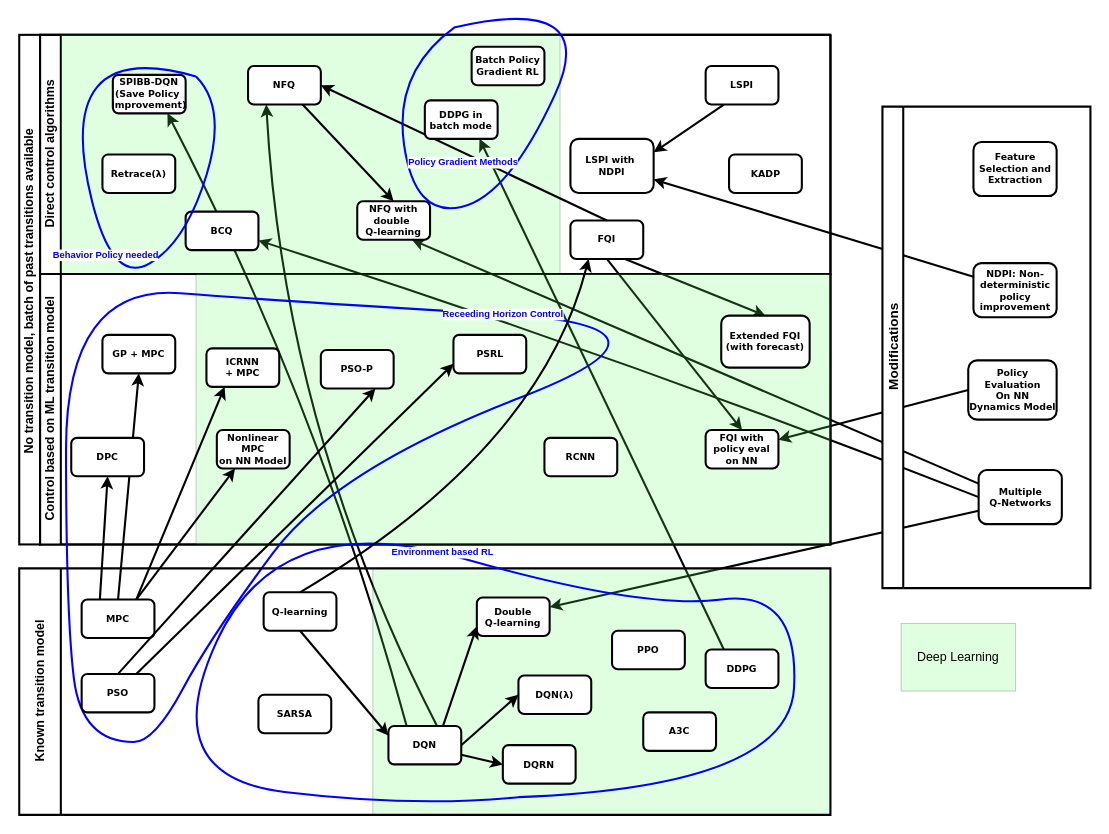
Above: batchRLOverv.drawio in chbauman/MasterThesis (draw.io), before the change. Source tidied: cells renumbered, new cells numbered last; positions are measured from the earlier drawing's top-left corner, leaving out a move shared by most shapes. Both pictures are drawn from the tidied source at 104%, with x=0, y=0 at pixel (19, -7).
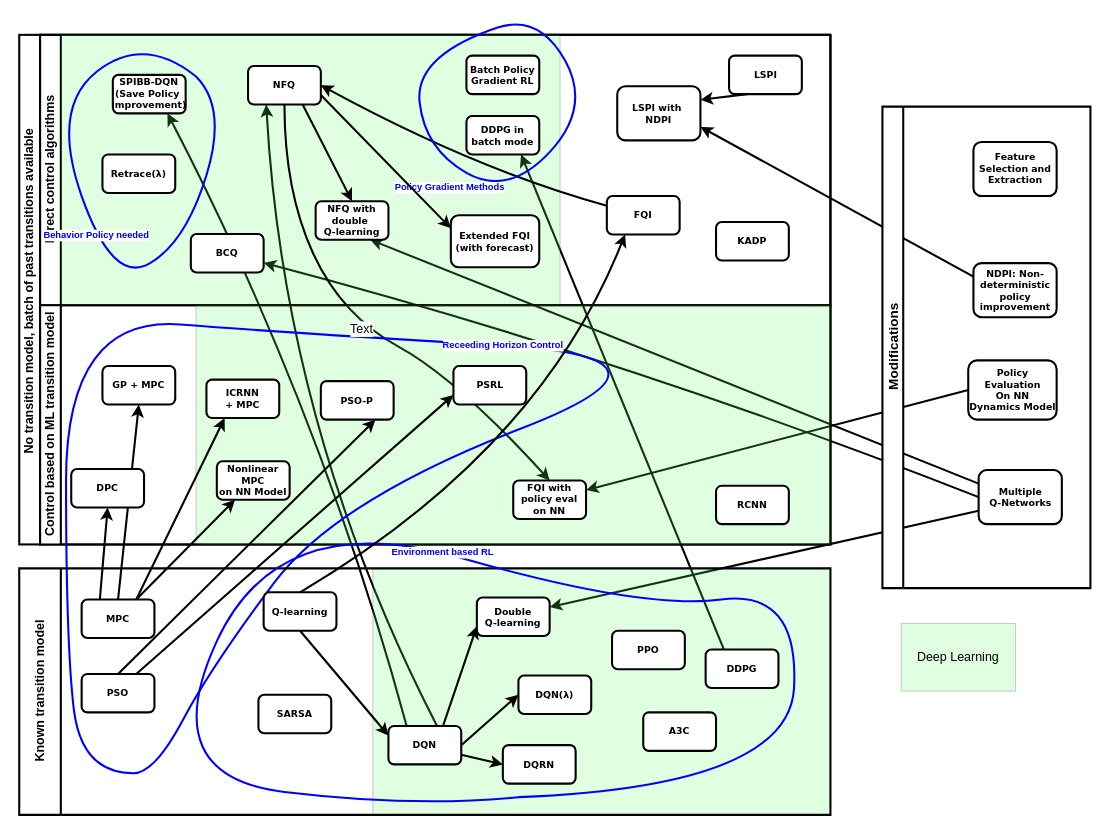
The same diagram, later.

Commit message (it also covers changes not shown here):
Fixed Extended FQI

The change refers to these unchanged cells:
```xml
<mxCell id="11" style="swimlane;html=1;horizontal=1;startSize=0;rounded=0;shadow=0;labelBackgroundColor=none;strokeColor=#000000;strokeWidth=2;fillColor=#ffffff;fontFamily=Verdana;fontSize=9;fontColor=#000000;align=center;fontStyle=1;" parent="1" vertex="1">
  <mxGeometry x="20" y="40" width="760" height="490" as="geometry" />
</mxCell>
<mxCell id="20" value="NFQ" style="rounded=1;whiteSpace=wrap;html=1;shadow=0;labelBackgroundColor=none;strokeColor=#000000;strokeWidth=2;fillColor=#ffffff;fontFamily=Verdana;fontSize=9;fontColor=#000000;align=center;fontStyle=1;" parent="12" vertex="1">
  <mxGeometry x="200" y="30" width="70" height="37" as="geometry" />
</mxCell>
<mxCell id="37" value="Receeding Horizon Control" style="endArrow=none;html=1;jumpStyle=none;curved=1;strokeColor=#0000FF;strokeWidth=2;fontSize=9;fontStyle=1;labelBackgroundColor=#ffffff;fontColor=#0000FF;" parent="31" edge="1">
  <mxGeometry relative="1" as="geometry">
    <mxPoint x="90" y="450" as="sourcePoint" />
    <mxPoint x="90" y="450" as="targetPoint" />
    <Array as="points">
      <mxPoint x="40" y="450" />
      <mxPoint x="25" y="327" />
      <mxPoint x="25" y="10" />
      <mxPoint x="245" y="27" />
      <mxPoint x="640" y="50" />
      <mxPoint x="285" y="187" />
      <mxPoint x="165" y="347" />
      <mxPoint x="110" y="450" />
    </Array>
  </mxGeometry>
</mxCell>
```

Change to the diagram source:
```diff
@@
     <mxCell id="12" value="Direct control algorithms" style="swimlane;html=1;startSize=20;horizontal=0;strokeWidth=2;fontSize=12;fontStyle=1;" parent="11" vertex="1">
-      <mxGeometry width="760" height="230" as="geometry" />
+      <mxGeometry width="760" height="260" as="geometry" />
     </mxCell>
     <mxCell id="13" style="rounded=0;whiteSpace=wrap;html=1;gradientColor=none;fillColor=#66FF66;opacity=20;" parent="12" vertex="1">
-      <mxGeometry x="20" width="480" height="230" as="geometry" />
+      <mxGeometry x="20" width="480" height="260" as="geometry" />
     </mxCell>
-    <mxCell id="14" style="endArrow=classic;html=1;exitX=0.5;exitY=0;exitDx=0;exitDy=0;entryX=1;entryY=0.5;entryDx=0;entryDy=0;strokeWidth=2;fontSize=9;fontStyle=1;" parent="12" edge="1" source="19" target="20">
-      <mxGeometry relative="1" as="geometry" />
+    <mxCell id="14" style="endArrow=classic;html=1;exitX=0;exitY=0.25;exitDx=0;exitDy=0;entryX=1;entryY=0.5;entryDx=0;entryDy=0;strokeWidth=2;fontSize=9;fontStyle=1;strokeColor=#000000;curved=1;" parent="12" edge="1" source="19" target="20">
+      <mxGeometry relative="1" as="geometry">
+        <Array as="points">
+          <mxPoint x="420" y="130" />
+        </Array>
+      </mxGeometry>
     </mxCell>
     <mxCell id="15" value="LSPI" style="rounded=1;whiteSpace=wrap;html=1;shadow=0;labelBackgroundColor=none;strokeColor=#000000;strokeWidth=2;fillColor=#ffffff;fontFamily=Verdana;fontSize=9;fontColor=#000000;align=center;fontStyle=1;" parent="12" vertex="1">
-      <mxGeometry x="640" y="30" width="70" height="37" as="geometry" />
+      <mxGeometry x="662.5" y="20" width="70" height="37" as="geometry" />
     </mxCell>
     <mxCell id="16" value="KADP" style="rounded=1;whiteSpace=wrap;html=1;shadow=0;labelBackgroundColor=none;strokeColor=#000000;strokeWidth=2;fillColor=#ffffff;fontFamily=Verdana;fontSize=9;fontColor=#000000;align=center;fontStyle=1;" parent="12" vertex="1">
-      <mxGeometry x="662.5" y="115" width="70" height="37" as="geometry" />
+      <mxGeometry x="650" y="180" width="70" height="37" as="geometry" />
     </mxCell>
     <mxCell id="17" value="LSPI with&amp;nbsp;&lt;br&gt;NDPI" style="rounded=1;whiteSpace=wrap;html=1;shadow=0;labelBackgroundColor=none;strokeColor=#000000;strokeWidth=2;fillColor=#ffffff;fontFamily=Verdana;fontSize=9;fontColor=#000000;align=center;fontStyle=1;" parent="12" vertex="1">
-      <mxGeometry x="510" y="100" width="80" height="52" as="geometry" />
+      <mxGeometry x="555" y="49.5" width="80" height="52" as="geometry" />
     </mxCell>
@@
     <mxCell id="19" value="FQI" style="rounded=1;whiteSpace=wrap;html=1;shadow=0;labelBackgroundColor=none;strokeColor=#000000;strokeWidth=2;fillColor=#ffffff;fontFamily=Verdana;fontSize=9;fontColor=#000000;align=center;fontStyle=1;" parent="12" vertex="1">
-      <mxGeometry x="510" y="178.5" width="70" height="37" as="geometry" />
+      <mxGeometry x="545" y="155" width="70" height="37" as="geometry" />
     </mxCell>
@@
     <mxCell id="23" value="Batch Policy&lt;br style=&quot;font-size: 9px;&quot;&gt;Gradient RL" style="rounded=1;whiteSpace=wrap;html=1;shadow=0;labelBackgroundColor=none;strokeColor=#000000;strokeWidth=2;fillColor=#ffffff;fontFamily=Verdana;fontSize=9;fontColor=#000000;align=center;fontStyle=1;" parent="12" vertex="1">
-      <mxGeometry x="415" y="11.5" width="70" height="37" as="geometry" />
+      <mxGeometry x="410" y="20" width="70" height="37" as="geometry" />
     </mxCell>
     <mxCell id="24" value="DDPG in&lt;br style=&quot;font-size: 9px;&quot;&gt;batch mode" style="rounded=1;whiteSpace=wrap;html=1;shadow=0;labelBackgroundColor=none;strokeColor=#000000;strokeWidth=2;fillColor=#ffffff;fontFamily=Verdana;fontSize=9;fontColor=#000000;align=center;fontStyle=1;" parent="12" vertex="1">
-      <mxGeometry x="370" y="63" width="70" height="37" as="geometry" />
+      <mxGeometry x="410" y="78" width="70" height="37" as="geometry" />
     </mxCell>
     <mxCell id="25" value="NFQ with&lt;br style=&quot;font-size: 9px;&quot;&gt;double&amp;nbsp;&lt;br style=&quot;font-size: 9px;&quot;&gt;Q-learning" style="rounded=1;whiteSpace=wrap;html=1;shadow=0;labelBackgroundColor=none;strokeColor=#000000;strokeWidth=2;fillColor=#ffffff;fontFamily=Verdana;fontSize=9;fontColor=#000000;align=center;fontStyle=1;" parent="12" vertex="1">
-      <mxGeometry x="305" y="160" width="70" height="37" as="geometry" />
+      <mxGeometry x="265" y="160" width="70" height="37" as="geometry" />
     </mxCell>
@@
     <mxCell id="27" value="BCQ" style="rounded=1;whiteSpace=wrap;html=1;shadow=0;labelBackgroundColor=none;strokeColor=#000000;strokeWidth=2;fillColor=#ffffff;fontFamily=Verdana;fontSize=9;fontColor=#000000;align=center;fontStyle=1;" parent="12" vertex="1">
-      <mxGeometry x="140" y="170" width="70" height="37" as="geometry" />
+      <mxGeometry x="145" y="191.5" width="70" height="37" as="geometry" />
     </mxCell>
-    <mxCell id="28" value="Policy Gradient Methods" style="endArrow=none;html=1;curved=1;strokeWidth=2;strokeColor=#0000FF;labelPosition=left;verticalLabelPosition=top;align=right;verticalAlign=bottom;fontSize=9;fontStyle=1;exitX=0.788;exitY=-0.03;exitDx=0;exitDy=0;exitPerimeter=0;fontColor=#0000FF;" parent="12" edge="1" source="13">
+    <mxCell id="28" value="Policy Gradient Methods" style="endArrow=none;html=1;curved=1;strokeWidth=2;strokeColor=#0000FF;labelPosition=left;verticalLabelPosition=top;align=right;verticalAlign=bottom;fontSize=9;fontStyle=1;fontColor=#0000FF;" parent="12" edge="1">
       <mxGeometry relative="1" as="geometry">
-        <mxPoint x="398" y="-7" as="targetPoint" />
+        <mxPoint x="440" y="-7" as="sourcePoint" />
+        <mxPoint x="440" y="-7" as="targetPoint" />
         <Array as="points">
-          <mxPoint x="340" y="35.5" />
-          <mxPoint x="360" y="175.5" />
+          <mxPoint x="360" y="20" />
+          <mxPoint x="370" y="110" />
           <mxPoint x="450" y="155.5" />
-          <mxPoint x="540" y="-40" />
+          <mxPoint x="530" y="70" />
+          <mxPoint x="480" y="-20" />
         </Array>
       </mxGeometry>
     </mxCell>
+    <mxCell id="38" value="Extended FQI&lt;br style=&quot;font-size: 9px;&quot;&gt;(with forecast)" style="rounded=1;whiteSpace=wrap;html=1;shadow=0;labelBackgroundColor=none;strokeColor=#000000;strokeWidth=2;fillColor=#ffffff;fontFamily=Verdana;fontSize=9;fontColor=#000000;align=center;fontStyle=1;" parent="12" vertex="1">
+      <mxGeometry x="395" y="173.5" width="85" height="50" as="geometry" />
+    </mxCell>
-    <mxCell id="29" style="endArrow=classic;html=1;strokeColor=#000000;strokeWidth=2;exitX=0.75;exitY=1;exitDx=0;exitDy=0;entryX=0.5;entryY=0;entryDx=0;entryDy=0;fontSize=9;fontStyle=1;" parent="11" edge="1" source="19" target="38">
+    <mxCell id="29" style="endArrow=classic;html=1;strokeColor=#000000;strokeWidth=2;exitX=1;exitY=0.75;exitDx=0;exitDy=0;entryX=0;entryY=0.25;entryDx=0;entryDy=0;fontSize=9;fontStyle=1;" parent="12" edge="1" source="20" target="38">
       <mxGeometry relative="1" as="geometry" />
     </mxCell>
-    <mxCell id="30" style="endArrow=classic;html=1;strokeColor=#000000;strokeWidth=2;entryX=0.5;entryY=0;entryDx=0;entryDy=0;exitX=0.5;exitY=1;exitDx=0;exitDy=0;fontSize=9;fontStyle=1;" parent="11" edge="1" source="19" target="39">
-      <mxGeometry relative="1" as="geometry" />
+    <mxCell id="30" style="endArrow=classic;html=1;strokeColor=#000000;strokeWidth=2;entryX=0.5;entryY=0;entryDx=0;entryDy=0;exitX=0.5;exitY=1;exitDx=0;exitDy=0;fontSize=9;fontStyle=1;curved=1;" parent="11" edge="1" source="20" target="39">
+      <mxGeometry relative="1" as="geometry">
+        <Array as="points">
+          <mxPoint x="235" y="150" />
+          <mxPoint x="290" y="270" />
+          <mxPoint x="400" y="330" />
+        </Array>
+      </mxGeometry>
     </mxCell>
     <mxCell id="31" value="Control based on ML transition model" style="swimlane;html=1;startSize=20;horizontal=0;strokeWidth=2;fontSize=12;fontStyle=1;" parent="11" vertex="1">
-      <mxGeometry y="230" width="760" height="260" as="geometry" />
+      <mxGeometry y="260" width="760" height="230" as="geometry" />
     </mxCell>
     <mxCell id="32" style="rounded=0;whiteSpace=wrap;html=1;gradientColor=none;fillColor=#66FF66;opacity=20;" parent="31" vertex="1">
-      <mxGeometry x="150" width="610" height="260" as="geometry" />
+      <mxGeometry x="150" width="610" height="230" as="geometry" />
     </mxCell>
@@
-    <mxCell id="38" value="Extended FQI&lt;br style=&quot;font-size: 9px;&quot;&gt;(with forecast)" style="rounded=1;whiteSpace=wrap;html=1;shadow=0;labelBackgroundColor=none;strokeColor=#000000;strokeWidth=2;fillColor=#ffffff;fontFamily=Verdana;fontSize=9;fontColor=#000000;align=center;fontStyle=1;" parent="31" vertex="1">
-      <mxGeometry x="655" y="40" width="85" height="50" as="geometry" />
-    </mxCell>
+    <mxCell id="76" value="Text" style="text;html=1;align=center;verticalAlign=middle;labelBackgroundColor=#ffffff;" parent="37" vertex="1">
+      <mxGeometry x="-0.15" y="8" relative="1" as="geometry" />
+    </mxCell>
     <mxCell id="39" value="FQI with policy eval on NN" style="rounded=1;whiteSpace=wrap;html=1;shadow=0;labelBackgroundColor=none;strokeColor=#000000;strokeWidth=2;fillColor=#ffffff;fontFamily=Verdana;fontSize=9;fontColor=#000000;align=center;fontStyle=1;" parent="31" vertex="1">
-      <mxGeometry x="640" y="150" width="70" height="37" as="geometry" />
+      <mxGeometry x="455" y="168.5" width="70" height="37" as="geometry" />
     </mxCell>
@@
     <mxCell id="42" value="RCNN" style="rounded=1;whiteSpace=wrap;html=1;shadow=0;labelBackgroundColor=none;strokeColor=#000000;strokeWidth=2;fillColor=#ffffff;fontFamily=Verdana;fontSize=9;fontColor=#000000;align=center;fontStyle=1;" parent="31" vertex="1">
-      <mxGeometry x="485" y="157.5" width="70" height="37" as="geometry" />
+      <mxGeometry x="650" y="173.5" width="70" height="37" as="geometry" />
     </mxCell>
@@
     <mxCell id="44" value="Behavior Policy needed" style="endArrow=none;html=1;curved=1;strokeWidth=2;strokeColor=#0000FF;fontSize=9;fontStyle=1;fontColor=#0000FF;" parent="1" edge="1">
       <mxGeometry relative="1" as="geometry">
         <mxPoint x="170" y="80" as="sourcePoint" />
         <mxPoint x="170" y="80" as="targetPoint" />
         <Array as="points">
-          <mxPoint x="100" y="60" />
-          <mxPoint x="50" y="120" />
+          <mxPoint x="120" y="40" />
+          <mxPoint x="30" y="110" />
           <mxPoint x="90" y="280" />
           <mxPoint x="160" y="240" />
           <mxPoint x="200" y="110" />
         </Array>
       </mxGeometry>
     </mxCell>
```
